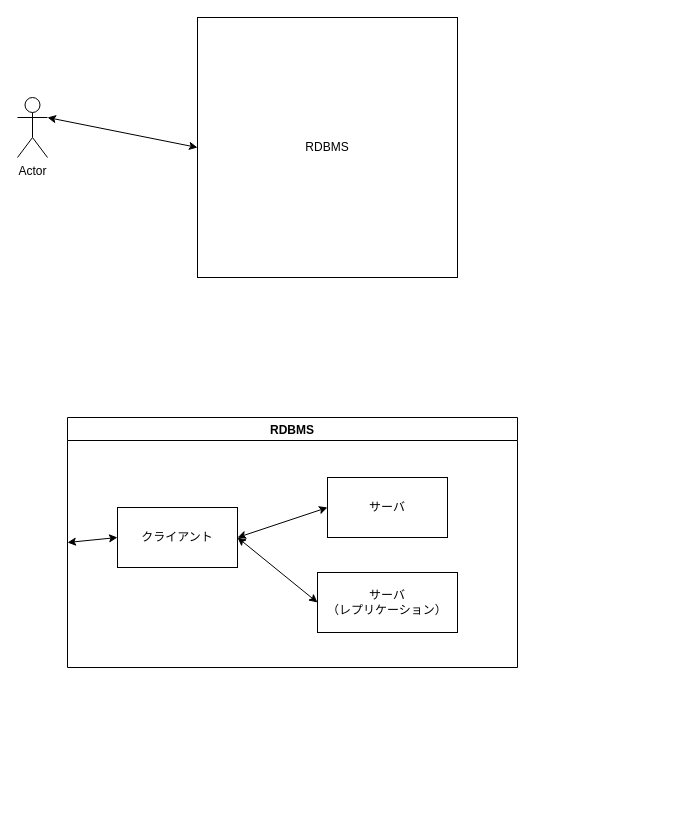
This is site/static/images/tmp.drawio from peregrin8alde/learn-ossdb-gold, a draw.io file, before an edit. Source tidied: cells renumbered, new cells numbered last; positions are measured from the earlier drawing's top-left corner, leaving out a move shared by most shapes. Both pictures are drawn from the tidied source at 100%, with x=0, y=0 at pixel (17, 17).
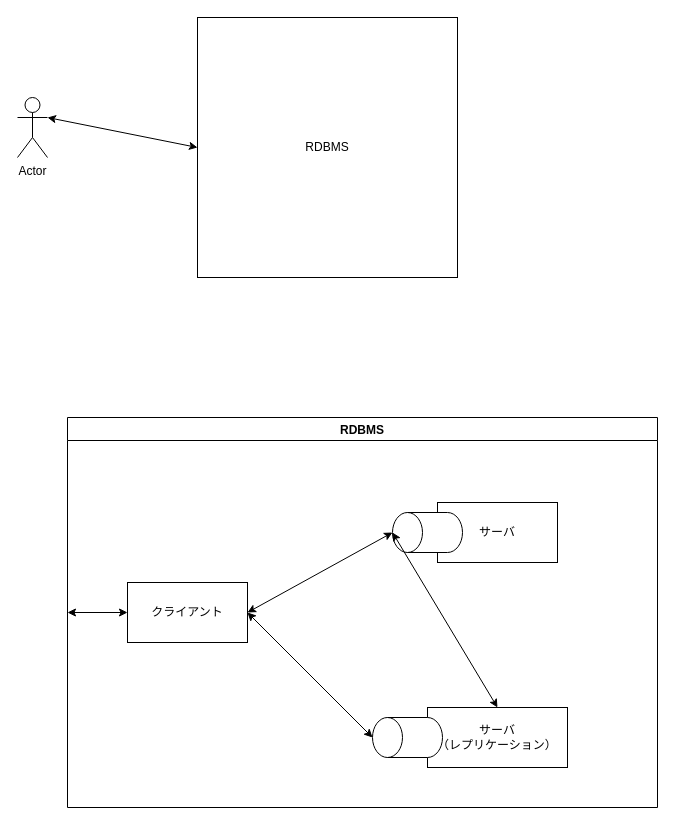
Above is the later version.

Change to the diagram source:
```diff
@@
 <mxGraphModel>
   <root>
     <mxCell id="0" />
     <mxCell id="1" parent="0" />
     <mxCell id="2" value="RDBMS" style="rounded=0;whiteSpace=wrap;html=1;" parent="1" vertex="1">
       <mxGeometry x="180" width="260" height="260" as="geometry" />
     </mxCell>
     <mxCell id="3" value="Actor" style="shape=umlActor;verticalLabelPosition=bottom;verticalAlign=top;html=1;outlineConnect=0;" parent="1" vertex="1">
       <mxGeometry y="80" width="30" height="60" as="geometry" />
     </mxCell>
     <mxCell id="4" value="RDBMS" style="swimlane;" parent="1" vertex="1">
-      <mxGeometry x="50" y="400" width="450" height="250" as="geometry" />
+      <mxGeometry x="50" y="400" width="590" height="390" as="geometry" />
     </mxCell>
     <mxCell id="5" value="サーバ" style="rounded=0;whiteSpace=wrap;html=1;" parent="4" vertex="1">
-      <mxGeometry x="260" y="60" width="120" height="60" as="geometry" />
+      <mxGeometry x="370" y="85" width="120" height="60" as="geometry" />
     </mxCell>
     <mxCell id="6" value="&lt;div&gt;サーバ&lt;/div&gt;&lt;div&gt;（レプリケーション）&lt;/div&gt;" style="rounded=0;whiteSpace=wrap;html=1;" parent="4" vertex="1">
-      <mxGeometry x="250" y="155" width="140" height="60" as="geometry" />
+      <mxGeometry x="360" y="290" width="140" height="60" as="geometry" />
     </mxCell>
     <mxCell id="7" value="クライアント" style="rounded=0;whiteSpace=wrap;html=1;" parent="4" vertex="1">
-      <mxGeometry x="50" y="90" width="120" height="60" as="geometry" />
+      <mxGeometry x="60" y="165" width="120" height="60" as="geometry" />
     </mxCell>
-    <mxCell id="8" style="endArrow=classic;startArrow=classic;html=1;rounded=0;exitX=1;exitY=0.5;exitDx=0;exitDy=0;entryX=0;entryY=0.5;entryDx=0;entryDy=0;" parent="4" edge="1" source="7" target="5">
+    <mxCell id="8" style="endArrow=classic;startArrow=classic;html=1;rounded=0;exitX=1;exitY=0.5;exitDx=0;exitDy=0;entryX=0.5;entryY=0;entryDx=0;entryDy=0;entryPerimeter=0;" parent="4" edge="1" source="7" target="12">
       <mxGeometry relative="1" as="geometry" />
     </mxCell>
-    <mxCell id="9" style="endArrow=classic;startArrow=classic;html=1;rounded=0;exitX=1;exitY=0.5;exitDx=0;exitDy=0;entryX=0;entryY=0.5;entryDx=0;entryDy=0;" parent="4" edge="1" source="7" target="6">
+    <mxCell id="9" style="endArrow=classic;startArrow=classic;html=1;rounded=0;exitX=1;exitY=0.5;exitDx=0;exitDy=0;entryX=0.5;entryY=0;entryDx=0;entryDy=0;entryPerimeter=0;" parent="4" edge="1" source="7" target="13">
       <mxGeometry relative="1" as="geometry" />
     </mxCell>
     <mxCell id="10" style="endArrow=classic;startArrow=classic;html=1;rounded=0;exitX=0;exitY=0.5;exitDx=0;exitDy=0;entryX=0;entryY=0.5;entryDx=0;entryDy=0;" parent="4" edge="1" source="4" target="7">
       <mxGeometry relative="1" as="geometry" />
     </mxCell>
+    <mxCell id="12" style="shape=cylinder3;whiteSpace=wrap;html=1;boundedLbl=1;backgroundOutline=1;size=15;rotation=-90;" parent="4" vertex="1">
+      <mxGeometry x="340" y="80" width="40" height="70" as="geometry" />
+    </mxCell>
+    <mxCell id="13" style="shape=cylinder3;whiteSpace=wrap;html=1;boundedLbl=1;backgroundOutline=1;size=15;rotation=-90;" parent="4" vertex="1">
+      <mxGeometry x="320" y="285" width="40" height="70" as="geometry" />
+    </mxCell>
+    <mxCell id="14" style="endArrow=classic;startArrow=classic;html=1;rounded=0;exitX=0.5;exitY=0;exitDx=0;exitDy=0;exitPerimeter=0;entryX=0.5;entryY=0;entryDx=0;entryDy=0;" parent="4" edge="1" source="12" target="6">
+      <mxGeometry relative="1" as="geometry" />
+    </mxCell>
     <mxCell id="11" style="endArrow=classic;startArrow=classic;html=1;rounded=0;exitX=1;exitY=0.3333333333333333;exitDx=0;exitDy=0;exitPerimeter=0;entryX=0;entryY=0.5;entryDx=0;entryDy=0;" parent="1" edge="1" source="3" target="2">
       <mxGeometry relative="1" as="geometry" />
     </mxCell>
   </root>
 </mxGraphModel>
```
